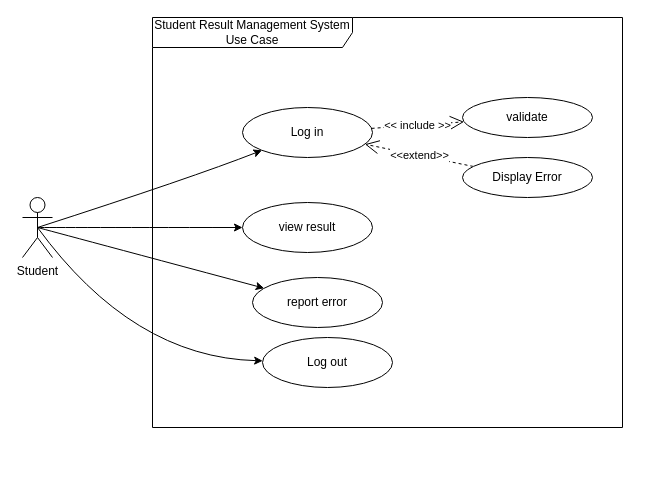
Earlier version of the draw.io diagram EssentialsDiagram/rmsUseCaseStudent.drawio (manojtsx/ResultManagementSystem-JAVA). Source tidied: cells renumbered, new cells numbered last; positions are measured from the earlier drawing's top-left corner, leaving out a move shared by most shapes. Both pictures are drawn from the tidied source at 100%, with x=0, y=0 at pixel (22, 17).
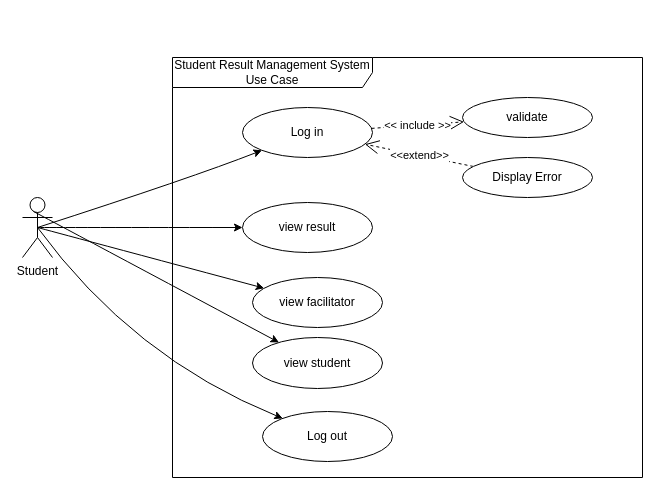
The same page after the edit.

The change refers to these unchanged cells:
```xml
<mxCell id="2" value="Student" style="shape=umlActor;verticalLabelPosition=bottom;verticalAlign=top;html=1;" parent="1" vertex="1">
  <mxGeometry y="180" width="30" height="60" as="geometry" />
</mxCell>
```

What changed in the source:
```diff
@@
-    <mxCell id="5" value="report error" style="ellipse;whiteSpace=wrap;html=1;" parent="1" vertex="1">
+    <mxCell id="5" value="view facilitator" style="ellipse;whiteSpace=wrap;html=1;" parent="1" vertex="1">
       <mxGeometry x="230" y="260" width="130" height="50" as="geometry" />
     </mxCell>
     <mxCell id="6" value="Log out" style="ellipse;whiteSpace=wrap;html=1;" parent="1" vertex="1">
-      <mxGeometry x="240" y="320" width="130" height="50" as="geometry" />
+      <mxGeometry x="240" y="394" width="130" height="50" as="geometry" />
     </mxCell>
@@
     <mxCell id="13" value="Student Result Management System Use Case" style="shape=umlFrame;whiteSpace=wrap;html=1;strokeWidth=1;fillColor=none;width=200;height=30;fontColor=#000000;strokeColor=#000000;" parent="1" vertex="1">
-      <mxGeometry x="130" width="470" height="410" as="geometry" />
+      <mxGeometry x="150" y="40" width="470" height="420" as="geometry" />
     </mxCell>
@@
+    <mxCell id="16" value="view student" style="ellipse;whiteSpace=wrap;html=1;" parent="1" vertex="1">
+      <mxGeometry x="230" y="320" width="130" height="51" as="geometry" />
+    </mxCell>
+    <mxCell id="17" style="html=1;exitX=0.367;exitY=0.233;exitPerimeter=0;jettySize=auto;curved=1;fontColor=#000000;exitDx=0;exitDy=0;strokeColor=#000000;" parent="1" edge="1" source="2" target="16">
+      <mxGeometry relative="1" as="geometry" />
+    </mxCell>
```
